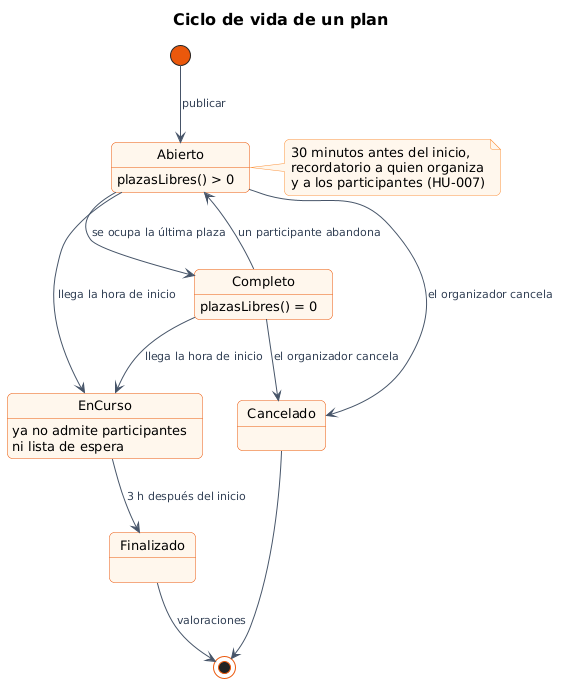
chabelly-lbetancourt/oneleft-docs keeps this PlantUML diagram as diagramas/estados/04-estados-plan.png. Above is the earlier version.
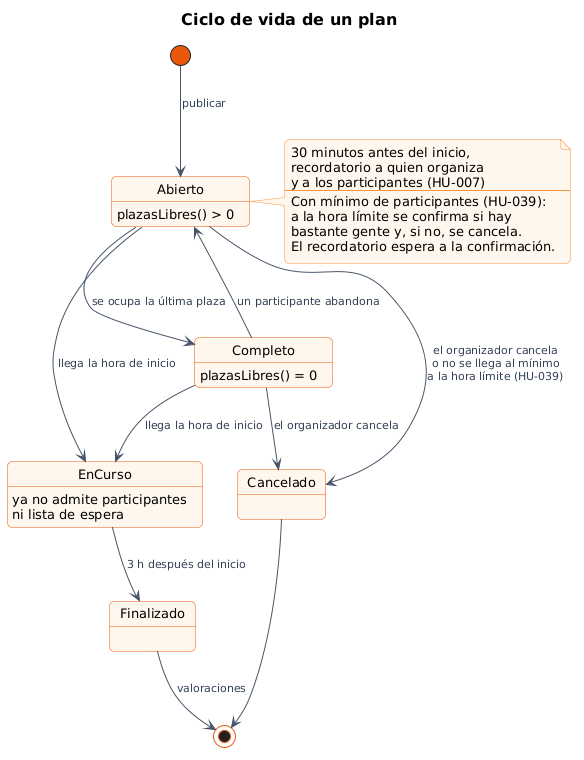
After the commit.

Commit message:
docs: HU-039 minimum of participants: entry 27, state diagram and screenshots #77

The edit, as a diff of the source:
```diff
@@ -8,7 +8,7 @@
 Completo --> Abierto : un participante abandona
 Abierto --> EnCurso : llega la hora de inicio
 Completo --> EnCurso : llega la hora de inicio
-Abierto --> Cancelado : el organizador cancela
+Abierto --> Cancelado : el organizador cancela\no no se llega al mínimo\na la hora límite (HU-039)
 Completo --> Cancelado : el organizador cancela
 EnCurso --> Finalizado : 3 h después del inicio
 
@@ -22,5 +22,10 @@
   30 minutos antes del inicio,
   recordatorio a quien organiza
   y a los participantes (HU-007)
+  ----
+  Con mínimo de participantes (HU-039):
+  a la hora límite se confirma si hay
+  bastante gente y, si no, se cancela.
+  El recordatorio espera a la confirmación.
 end note
 @enduml
```
